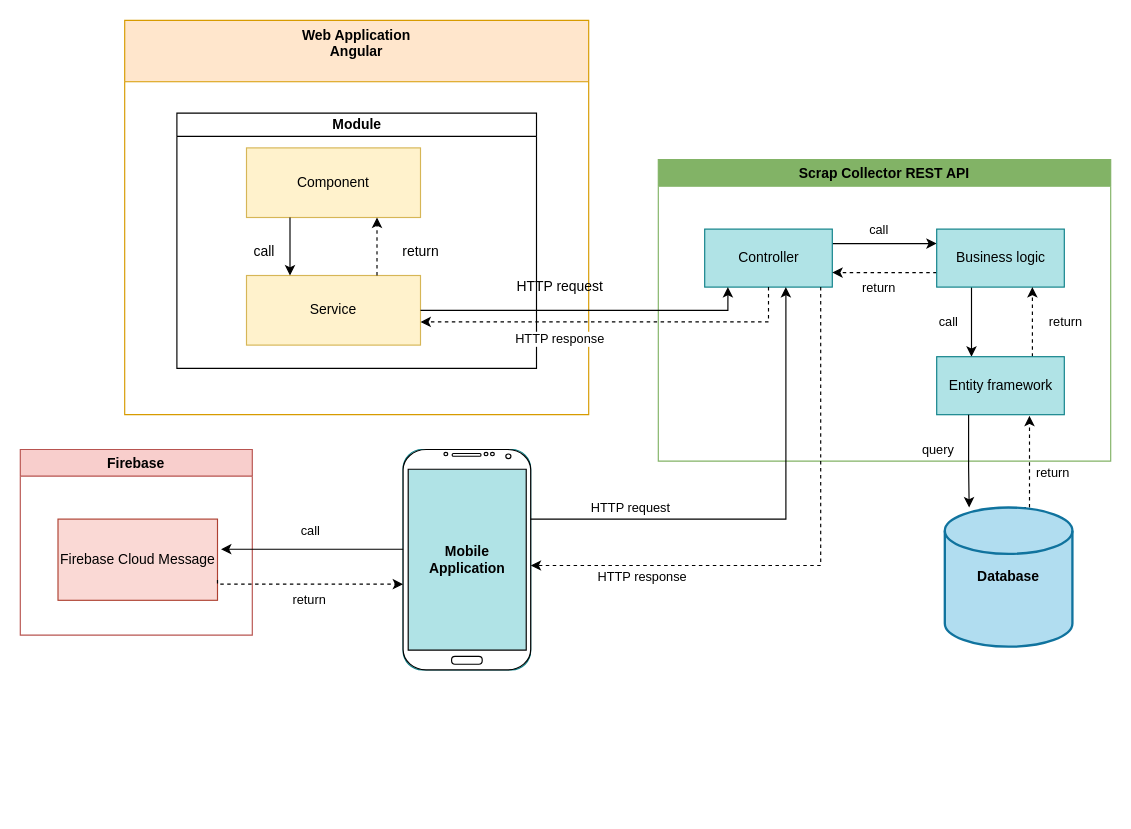
Earlier version of the draw.io diagram Document/Diagram/Architectural Design.drawio (datndse63093/Capstone_JS_Spring2020_FE_Doc). Source tidied: cells renumbered, new cells numbered last; positions are measured from the earlier drawing's top-left corner, leaving out a move shared by most shapes. Both pictures are drawn from the tidied source at 116%, with x=0, y=0 at pixel (20, 20).
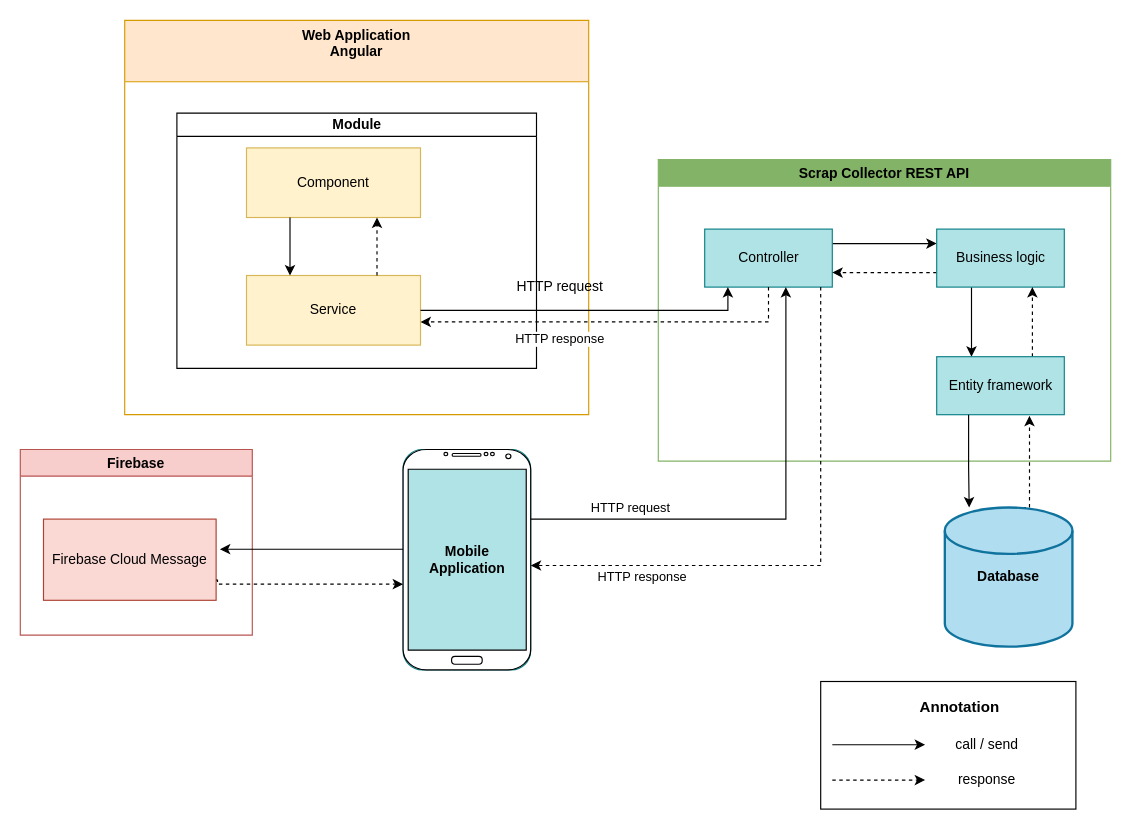
Above is the later version.

The change refers to these unchanged cells:
```xml
<mxCell id="3" value="&lt;b&gt;Database&lt;/b&gt;" style="strokeWidth=2;html=1;shape=mxgraph.flowchart.database;whiteSpace=wrap;fillColor=#b1ddf0;strokeColor=#10739e;" parent="1" vertex="1">
  <mxGeometry x="797" y="420" width="110" height="120" as="geometry" />
</mxCell>
<mxCell id="4" value="Scrap Collector REST API" style="swimlane;fillColor=#82B366;strokeColor=#82B366;rounded=0;" parent="1" vertex="1">
  <mxGeometry x="550" y="120" width="390" height="260" as="geometry" />
</mxCell>
<mxCell id="6" value="Controller" style="html=1;strokeColor=#0e8088;fillColor=#b0e3e6;" parent="4" vertex="1">
  <mxGeometry x="40" y="60" width="110" height="50" as="geometry" />
</mxCell>
<mxCell id="9" value="Business logic" style="html=1;strokeColor=#0e8088;fillColor=#b0e3e6;" parent="4" vertex="1">
  <mxGeometry x="240" y="60" width="110" height="50" as="geometry" />
</mxCell>
<mxCell id="11" value="Entity framework" style="html=1;strokeColor=#0e8088;fillColor=#b0e3e6;" parent="4" vertex="1">
  <mxGeometry x="240" y="170" width="110" height="50" as="geometry" />
</mxCell>
<mxCell id="12" value="Firebase" style="swimlane;fillColor=#f8cecc;strokeColor=#b85450;" parent="1" vertex="1">
  <mxGeometry y="370" width="200" height="160" as="geometry" />
</mxCell>
<mxCell id="16" value="Module" style="swimlane;html=1;startSize=20;horizontal=1;containerType=tree;rounded=0;" parent="14" vertex="1">
  <mxGeometry x="45" y="80" width="310" height="220" as="geometry" />
</mxCell>
<mxCell id="17" value="Service" style="rounded=0;whiteSpace=wrap;html=1;fillColor=#fff2cc;strokeColor=#d6b656;" parent="16" vertex="1">
  <mxGeometry x="60" y="140" width="150" height="60" as="geometry" />
</mxCell>
<mxCell id="18" value="Component" style="rounded=0;whiteSpace=wrap;html=1;fillColor=#fff2cc;strokeColor=#d6b656;" parent="16" vertex="1">
  <mxGeometry x="60" y="30" width="150" height="60" as="geometry" />
</mxCell>
<mxCell id="24" style="verticalLabelPosition=bottom;verticalAlign=top;html=1;shadow=0;dashed=0;strokeWidth=1;shape=mxgraph.android.phone2;strokeColor=#000000;fillColor=#FFFFFF;fontColor=#333333;" parent="23" vertex="1">
  <mxGeometry width="110" height="190" as="geometry" />
</mxCell>
```

What changed in the source:
```diff
@@
-    <mxCell id="2" value="return" style="edgeStyle=orthogonalEdgeStyle;rounded=0;jettySize=auto;html=1;exitX=0.5;exitY=0;exitDx=0;exitDy=0;exitPerimeter=0;fontFamily=Helvetica;align=center;dashed=1;" parent="1" edge="1" source="3">
-      <mxGeometry x="-0.01" y="-20" relative="1" as="geometry">
-        <mxPoint x="870" y="341" as="targetPoint" />
-        <Array as="points">
-          <mxPoint x="870" y="420" />
-          <mxPoint x="870" y="341" />
-        </Array>
-      </mxGeometry>
-    </mxCell>
+    <mxCell id="33" value="return" style="edgeStyle=orthogonalEdgeStyle;rounded=0;jettySize=auto;html=1;exitX=0.5;exitY=0;exitDx=0;exitDy=0;exitPerimeter=0;fontFamily=Helvetica;align=center;dashed=1;noLabel=1;fontColor=none;" parent="1" edge="1" source="3">
+      <mxGeometry x="-0.01" y="-20" relative="1" as="geometry">
+        <mxPoint x="870" y="341" as="targetPoint" />
+        <Array as="points">
+          <mxPoint x="870" y="420" />
+          <mxPoint x="870" y="341" />
+        </Array>
+      </mxGeometry>
+    </mxCell>
@@
-    <mxCell id="5" value="call" style="edgeStyle=orthogonalEdgeStyle;rounded=0;jettySize=auto;exitX=1;exitY=0.25;exitDx=0;exitDy=0;entryX=0;entryY=0.25;entryDx=0;entryDy=0;fontStyle=0;align=center;verticalAlign=middle;html=1;fontFamily=Helvetica;" parent="4" edge="1" source="6" target="9">
+    <mxCell id="5" value="call" style="edgeStyle=orthogonalEdgeStyle;rounded=0;jettySize=auto;exitX=1;exitY=0.25;exitDx=0;exitDy=0;entryX=0;entryY=0.25;entryDx=0;entryDy=0;fontStyle=0;align=center;verticalAlign=middle;html=1;fontFamily=Helvetica;noLabel=1;fontColor=none;" parent="4" edge="1" source="6" target="9">
       <mxGeometry x="0.11" y="16" relative="1" as="geometry">
         <Array as="points">
           <mxPoint x="200" y="73" />
           <mxPoint x="200" y="73" />
         </Array>
         <mxPoint x="-10" y="4" as="offset" />
       </mxGeometry>
     </mxCell>
@@
-    <mxCell id="7" value="call" style="edgeStyle=orthogonalEdgeStyle;rounded=0;jettySize=auto;html=1;" parent="4" edge="1" source="9" target="11">
+    <mxCell id="7" value="call" style="edgeStyle=orthogonalEdgeStyle;rounded=0;jettySize=auto;html=1;noLabel=1;fontColor=none;" parent="4" edge="1" source="9" target="11">
       <mxGeometry y="-20" relative="1" as="geometry">
         <Array as="points">
           <mxPoint x="270" y="140" />
           <mxPoint x="270" y="140" />
         </Array>
       </mxGeometry>
     </mxCell>
-    <mxCell id="8" value="return" style="edgeStyle=orthogonalEdgeStyle;rounded=0;jettySize=auto;html=1;exitX=0;exitY=0.75;exitDx=0;exitDy=0;entryX=1;entryY=0.75;entryDx=0;entryDy=0;dashed=1;fontFamily=Helvetica;align=center;" parent="4" edge="1" source="9" target="6">
+    <mxCell id="8" value="return" style="edgeStyle=orthogonalEdgeStyle;rounded=0;jettySize=auto;html=1;exitX=0;exitY=0.75;exitDx=0;exitDy=0;entryX=1;entryY=0.75;entryDx=0;entryDy=0;dashed=1;fontFamily=Helvetica;align=center;noLabel=1;fontColor=none;" parent="4" edge="1" source="9" target="6">
       <mxGeometry x="0.11" y="13" relative="1" as="geometry" />
     </mxCell>
@@
-    <mxCell id="10" value="return" style="edgeStyle=orthogonalEdgeStyle;rounded=0;jettySize=auto;html=1;exitX=0.75;exitY=0;exitDx=0;exitDy=0;entryX=0.75;entryY=1;entryDx=0;entryDy=0;dashed=1;fontFamily=Helvetica;align=center;" parent="4" edge="1" source="11" target="9">
+    <mxCell id="10" value="return" style="edgeStyle=orthogonalEdgeStyle;rounded=0;jettySize=auto;html=1;exitX=0.75;exitY=0;exitDx=0;exitDy=0;entryX=0.75;entryY=1;entryDx=0;entryDy=0;dashed=1;fontFamily=Helvetica;align=center;noLabel=1;fontColor=none;" parent="4" edge="1" source="11" target="9">
       <mxGeometry y="-27" relative="1" as="geometry">
         <mxPoint x="1" as="offset" />
       </mxGeometry>
     </mxCell>
@@
     <mxCell id="13" value="Firebase Cloud Message" style="html=1;strokeColor=#ae4132;fillColor=#fad9d5;" parent="12" vertex="1">
-      <mxGeometry x="32.5" y="60" width="137.5" height="70" as="geometry" />
+      <mxGeometry x="20" y="60" width="148.8" height="70" as="geometry" />
     </mxCell>
@@
-    <mxCell id="20" style="edgeStyle=orthogonalEdgeStyle;rounded=0;jettySize=auto;html=1;exitX=0.75;exitY=0;exitDx=0;exitDy=0;entryX=0.75;entryY=1;entryDx=0;entryDy=0;dashed=1;" parent="16" edge="1" source="17" target="18">
+    <mxCell id="20" style="edgeStyle=orthogonalEdgeStyle;rounded=0;jettySize=auto;html=1;exitX=0.75;exitY=0;exitDx=0;exitDy=0;entryX=0.75;entryY=1;entryDx=0;entryDy=0;dashed=1;fontColor=none;noLabel=1;" parent="16" edge="1" source="17" target="18">
       <mxGeometry relative="1" as="geometry" />
     </mxCell>
-    <mxCell id="21" value="return" style="text;html=1;align=center;verticalAlign=middle;" parent="16" vertex="1">
-      <mxGeometry x="185" y="110" width="50" height="20" as="geometry" />
-    </mxCell>
-    <mxCell id="22" value="call" style="text;html=1;align=center;verticalAlign=middle;" parent="16" vertex="1">
-      <mxGeometry x="60" y="110" width="30" height="20" as="geometry" />
-    </mxCell>
+    <mxCell id="34" style="text;html=1;align=center;verticalAlign=middle;" parent="16" vertex="1">
+      <mxGeometry x="185" y="100" width="50" height="40" as="geometry" />
+    </mxCell>
+    <mxCell id="35" style="text;html=1;align=center;verticalAlign=middle;" parent="16" vertex="1">
+      <mxGeometry x="50" y="100" width="50" height="40" as="geometry" />
+    </mxCell>
@@
-    <mxCell id="26" value="query" style="edgeStyle=orthogonalEdgeStyle;rounded=0;jettySize=auto;html=1;exitX=0.25;exitY=1;exitDx=0;exitDy=0;fontFamily=Helvetica;align=center;" parent="1" edge="1" source="11">
+    <mxCell id="26" value="query" style="edgeStyle=orthogonalEdgeStyle;rounded=0;jettySize=auto;html=1;exitX=0.25;exitY=1;exitDx=0;exitDy=0;fontFamily=Helvetica;align=center;noLabel=1;fontColor=none;" parent="1" edge="1" source="11">
       <mxGeometry x="-0.25" y="-27" relative="1" as="geometry">
         <mxPoint x="818" y="420" as="targetPoint" />
         <Array as="points">
           <mxPoint x="818" y="385" />
           <mxPoint x="818" y="385" />
         </Array>
       </mxGeometry>
     </mxCell>
@@
-    <mxCell id="28" value="HTTP response" style="edgeStyle=orthogonalEdgeStyle;rounded=0;jettySize=auto;html=1;fontFamily=Helvetica;align=center;dashed=1;" parent="1" edge="1" source="6">
-      <mxGeometry x="0.61" y="10" relative="1" as="geometry">
-        <mxPoint x="440" y="470" as="targetPoint" />
-        <Array as="points">
-          <mxPoint x="690" y="470" />
-        </Array>
-      </mxGeometry>
-    </mxCell>
-    <mxCell id="29" value="HTTP response" style="edgeStyle=orthogonalEdgeStyle;rounded=0;jettySize=auto;html=1;fontFamily=Helvetica;align=center;dashed=1;" parent="1" edge="1" source="6">
-      <mxGeometry x="0.27" y="15" relative="1" as="geometry">
-        <mxPoint x="345" y="260" as="targetPoint" />
-        <Array as="points">
-          <mxPoint x="645" y="260" />
-          <mxPoint x="345" y="260" />
-        </Array>
-      </mxGeometry>
-    </mxCell>
+    <mxCell id="36" value="HTTP response" style="edgeStyle=orthogonalEdgeStyle;rounded=0;jettySize=auto;html=1;fontFamily=Helvetica;align=center;dashed=1;" parent="1" edge="1" source="6">
+      <mxGeometry x="0.61" y="10" relative="1" as="geometry">
+        <mxPoint x="440" y="470" as="targetPoint" />
+        <Array as="points">
+          <mxPoint x="690" y="470" />
+        </Array>
+      </mxGeometry>
+    </mxCell>
+    <mxCell id="37" value="HTTP response" style="edgeStyle=orthogonalEdgeStyle;rounded=0;jettySize=auto;html=1;fontFamily=Helvetica;align=center;dashed=1;" parent="1" edge="1" source="6">
+      <mxGeometry x="0.27" y="15" relative="1" as="geometry">
+        <mxPoint x="345" y="260" as="targetPoint" />
+        <Array as="points">
+          <mxPoint x="645" y="260" />
+          <mxPoint x="345" y="260" />
+        </Array>
+      </mxGeometry>
+    </mxCell>
-    <mxCell id="30" value="call" style="edgeStyle=orthogonalEdgeStyle;rounded=0;jettySize=auto;html=1;entryX=1.022;entryY=0.371;entryDx=0;entryDy=0;entryPerimeter=0;fontFamily=Helvetica;align=center;" parent="1" edge="1" source="24" target="13">
+    <mxCell id="30" value="call" style="edgeStyle=orthogonalEdgeStyle;rounded=0;jettySize=auto;html=1;entryX=1.022;entryY=0.371;entryDx=0;entryDy=0;entryPerimeter=0;fontFamily=Helvetica;align=center;noLabel=1;fontColor=none;" parent="1" edge="1" source="24" target="13">
       <mxGeometry x="0.02" y="-16" relative="1" as="geometry">
         <Array as="points">
           <mxPoint x="290" y="456" />
           <mxPoint x="290" y="456" />
         </Array>
       </mxGeometry>
     </mxCell>
-    <mxCell id="31" value="return" style="edgeStyle=orthogonalEdgeStyle;rounded=0;jettySize=auto;html=1;exitX=1;exitY=0.75;exitDx=0;exitDy=0;entryX=0;entryY=0.611;entryDx=0;entryDy=0;entryPerimeter=0;fontFamily=Helvetica;align=center;dashed=1;" parent="1" edge="1" source="13" target="24">
+    <mxCell id="31" value="return" style="edgeStyle=orthogonalEdgeStyle;rounded=0;jettySize=auto;html=1;exitX=1;exitY=0.75;exitDx=0;exitDy=0;entryX=0;entryY=0.611;entryDx=0;entryDy=0;entryPerimeter=0;fontFamily=Helvetica;align=center;dashed=1;noLabel=1;fontColor=none;" parent="1" edge="1" source="13" target="24">
       <mxGeometry x="0.02" y="-14" relative="1" as="geometry">
         <Array as="points">
           <mxPoint x="170" y="486" />
         </Array>
       </mxGeometry>
     </mxCell>
@@
+    <mxCell id="38" style="rounded=0;whiteSpace=wrap;html=1;fontColor=none;" parent="1" vertex="1">
+      <mxGeometry x="690" y="570" width="220" height="110" as="geometry" />
+    </mxCell>
+    <mxCell id="39" value="&lt;div style=&quot;font-size: 13px&quot;&gt;&lt;font style=&quot;font-size: 13px&quot;&gt;&lt;b&gt;Annotation&lt;/b&gt;&lt;/font&gt;&lt;/div&gt;&lt;div style=&quot;font-size: 13px&quot;&gt;&lt;font style=&quot;font-size: 13px&quot;&gt;&lt;b&gt;&lt;br&gt;&lt;/b&gt;&lt;/font&gt;&lt;/div&gt;" style="text;html=1;strokeColor=none;fillColor=none;align=center;verticalAlign=middle;whiteSpace=wrap;rounded=0;fontColor=none;" parent="1" vertex="1">
+      <mxGeometry x="790" y="590" width="40" height="20" as="geometry" />
+    </mxCell>
+    <mxCell id="40" style="endArrow=classic;html=1;fontColor=none;" parent="1" edge="1">
+      <mxGeometry relative="1" as="geometry">
+        <mxPoint x="700" y="624.5" as="sourcePoint" />
+        <mxPoint x="780" y="624.5" as="targetPoint" />
+      </mxGeometry>
+    </mxCell>
+    <mxCell id="41" style="endArrow=classic;html=1;fontColor=none;dashed=1;" parent="1" edge="1">
+      <mxGeometry relative="1" as="geometry">
+        <mxPoint x="700" y="655" as="sourcePoint" />
+        <mxPoint x="780" y="655" as="targetPoint" />
+      </mxGeometry>
+    </mxCell>
+    <mxCell id="42" value="call / send" style="text;html=1;strokeColor=none;fillColor=none;align=center;verticalAlign=middle;whiteSpace=wrap;rounded=0;fontColor=none;" parent="1" vertex="1">
+      <mxGeometry x="797" y="615" width="73" height="20" as="geometry" />
+    </mxCell>
+    <mxCell id="43" value="response" style="text;html=1;strokeColor=none;fillColor=none;align=center;verticalAlign=middle;whiteSpace=wrap;rounded=0;fontColor=none;" parent="1" vertex="1">
+      <mxGeometry x="797" y="645" width="73" height="20" as="geometry" />
+    </mxCell>
```
